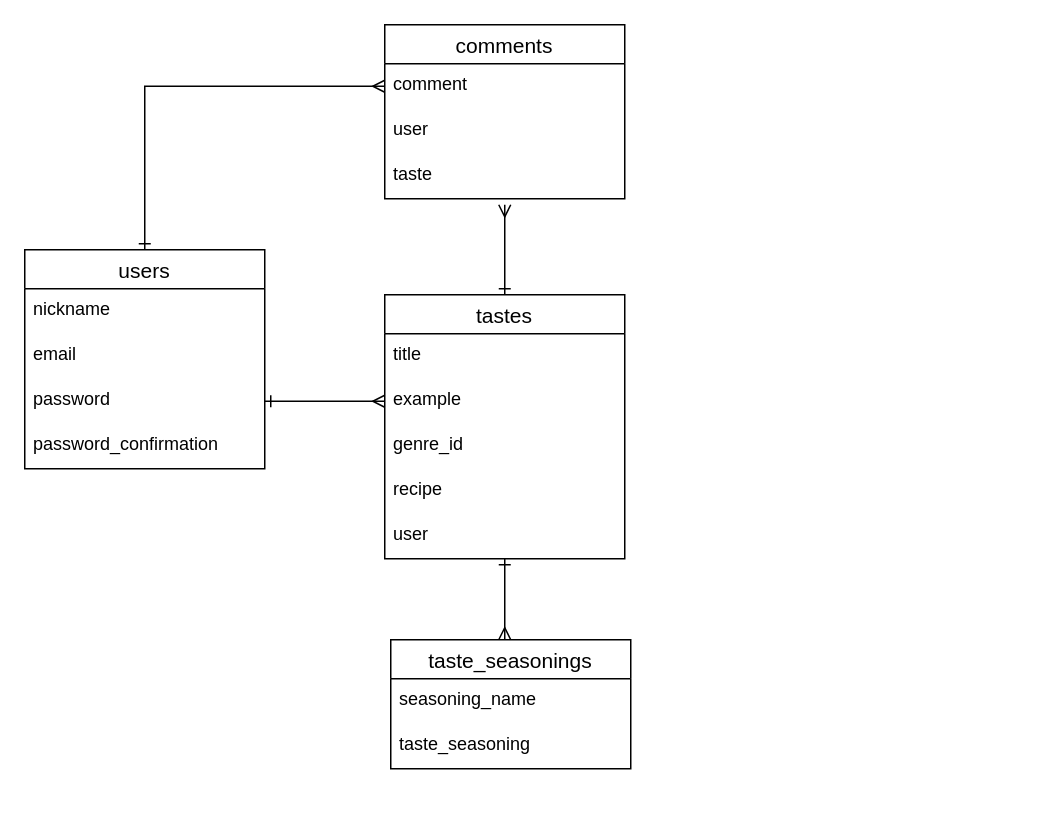
This is page "ページ1" (1 of 2) of ER.dio from yumi-jpn/seasoning-creater, a draw.io file, before an edit. Source tidied: cells renumbered, new cells numbered last; positions are measured from the earlier drawing's top-left corner, leaving out a move shared by most shapes. Both pictures are drawn from the tidied source at 150%, with x=0, y=0 at pixel (24, 24).
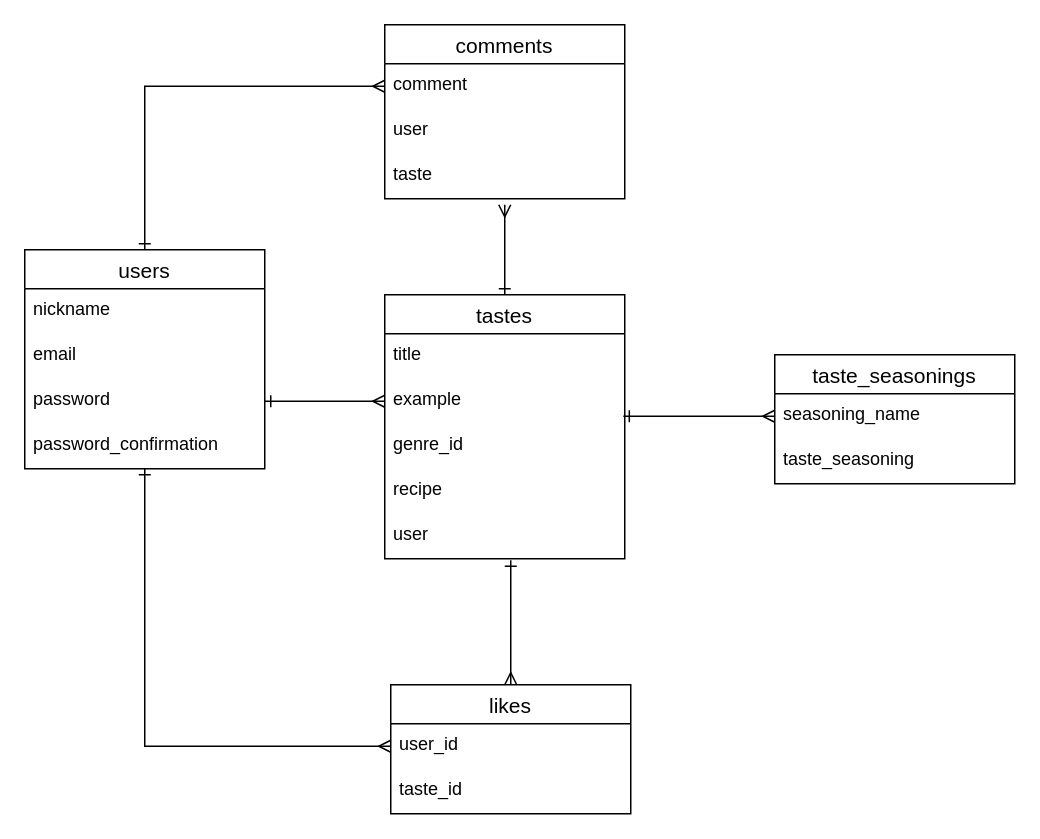
The same page after the edit.

Unchanged cells that the change refers to:
```xml
<mxCell id="7" value="password_confirmation" style="text;strokeColor=none;fillColor=none;spacingLeft=4;spacingRight=4;overflow=hidden;points=[[0,0.5],[1,0.5]];portConstraint=eastwest;fontSize=12;" parent="3" vertex="1">
  <mxGeometry y="116" width="160" height="30" as="geometry" />
</mxCell>
<mxCell id="10" value="tastes" style="swimlane;fontStyle=0;horizontal=1;startSize=26;align=center;fontSize=14;" parent="1" vertex="1">
  <mxGeometry x="240" y="180" width="160" height="176" as="geometry" />
</mxCell>
<mxCell id="12" value="example" style="text;strokeColor=none;fillColor=none;spacingLeft=4;spacingRight=4;overflow=hidden;points=[[0,0.5],[1,0.5]];portConstraint=eastwest;fontSize=12;" parent="10" vertex="1">
  <mxGeometry y="56" width="160" height="30" as="geometry" />
</mxCell>
<mxCell id="15" value="user&#10;" style="text;strokeColor=none;fillColor=none;spacingLeft=4;spacingRight=4;overflow=hidden;points=[[0,0.5],[1,0.5]];portConstraint=eastwest;fontSize=12;" parent="10" vertex="1">
  <mxGeometry y="146" width="160" height="30" as="geometry" />
</mxCell>
<mxCell id="17" value="seasoning_name" style="text;strokeColor=none;fillColor=none;spacingLeft=4;spacingRight=4;overflow=hidden;points=[[0,0.5],[1,0.5]];portConstraint=eastwest;fontSize=12;" parent="16" vertex="1">
  <mxGeometry y="26" width="160" height="30" as="geometry" />
</mxCell>
```

Change to the diagram source:
```diff
@@
-    <mxCell id="9" style="edgeStyle=orthogonalEdgeStyle;rounded=0;jettySize=auto;html=1;entryX=0.5;entryY=0;entryDx=0;entryDy=0;startArrow=ERone;startFill=0;endArrow=ERmany;endFill=0;" parent="1" edge="1" source="10">
+    <mxCell id="9" style="edgeStyle=orthogonalEdgeStyle;rounded=0;jettySize=auto;html=1;entryX=0;entryY=0.5;entryDx=0;entryDy=0;startArrow=ERone;startFill=0;endArrow=ERmany;endFill=0;exitX=0.994;exitY=0.833;exitDx=0;exitDy=0;exitPerimeter=0;" parent="1" edge="1" source="12" target="17">
       <mxGeometry relative="1" as="geometry">
-        <mxPoint x="320" y="410" as="targetPoint" />
+        <Array as="points">
+          <mxPoint x="440" y="261" />
+          <mxPoint x="440" y="261" />
+        </Array>
       </mxGeometry>
     </mxCell>
@@
     <mxCell id="16" value="taste_seasonings" style="swimlane;fontStyle=0;horizontal=1;startSize=26;align=center;fontSize=14;" parent="1" vertex="1">
-      <mxGeometry x="244" y="410" width="160" height="86" as="geometry" />
+      <mxGeometry x="500" y="220" width="160" height="86" as="geometry" />
     </mxCell>
@@
+    <mxCell id="24" style="edgeStyle=orthogonalEdgeStyle;rounded=0;jettySize=auto;html=1;entryX=0.525;entryY=1.033;entryDx=0;entryDy=0;entryPerimeter=0;endArrow=ERone;endFill=0;startArrow=ERmany;startFill=0;" parent="1" edge="1" source="25" target="15">
+      <mxGeometry relative="1" as="geometry" />
+    </mxCell>
+    <mxCell id="25" value="likes" style="swimlane;fontStyle=0;horizontal=1;startSize=26;align=center;fontSize=14;" parent="1" vertex="1">
+      <mxGeometry x="244" y="440" width="160" height="86" as="geometry" />
+    </mxCell>
+    <mxCell id="26" value="user_id" style="text;strokeColor=none;fillColor=none;spacingLeft=4;spacingRight=4;overflow=hidden;points=[[0,0.5],[1,0.5]];portConstraint=eastwest;fontSize=12;" parent="25" vertex="1">
+      <mxGeometry y="26" width="160" height="30" as="geometry" />
+    </mxCell>
+    <mxCell id="27" value="taste_id&#10;" style="text;strokeColor=none;fillColor=none;spacingLeft=4;spacingRight=4;overflow=hidden;fontSize=12;" parent="25" vertex="1">
+      <mxGeometry y="56" width="160" height="30" as="geometry" />
+    </mxCell>
+    <mxCell id="28" style="edgeStyle=orthogonalEdgeStyle;rounded=0;jettySize=auto;html=1;exitX=0;exitY=0.5;exitDx=0;exitDy=0;startArrow=ERmany;startFill=0;endArrow=ERone;endFill=0;" parent="1" edge="1" source="26" target="7">
+      <mxGeometry relative="1" as="geometry">
+        <Array as="points">
+          <mxPoint x="80" y="481" />
+        </Array>
+      </mxGeometry>
+    </mxCell>
```
